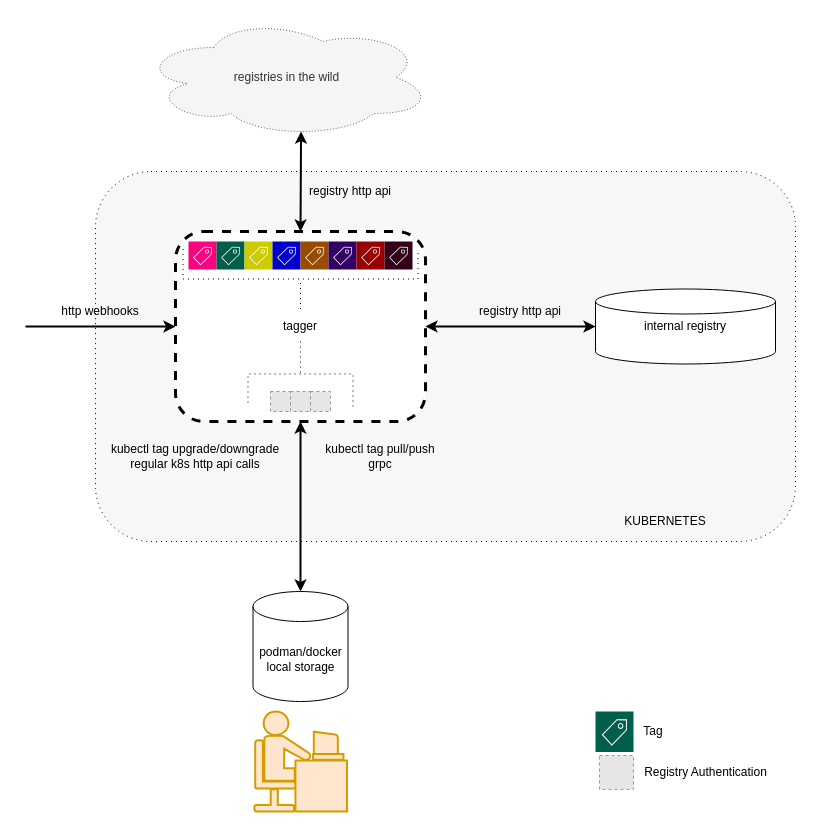
ricardomaraschini/tagger keeps this draw.io diagram as assets/architecture.drawio. Above is the earlier version. Source tidied: cells renumbered, new cells numbered last; positions are measured from the earlier drawing's top-left corner, leaving out a move shared by most shapes. Both pictures are drawn from the tidied source at 100%, with x=0, y=0 at pixel (25, 17). Pictures stored in the file or linked from it are replaced by grey dashed boxes.
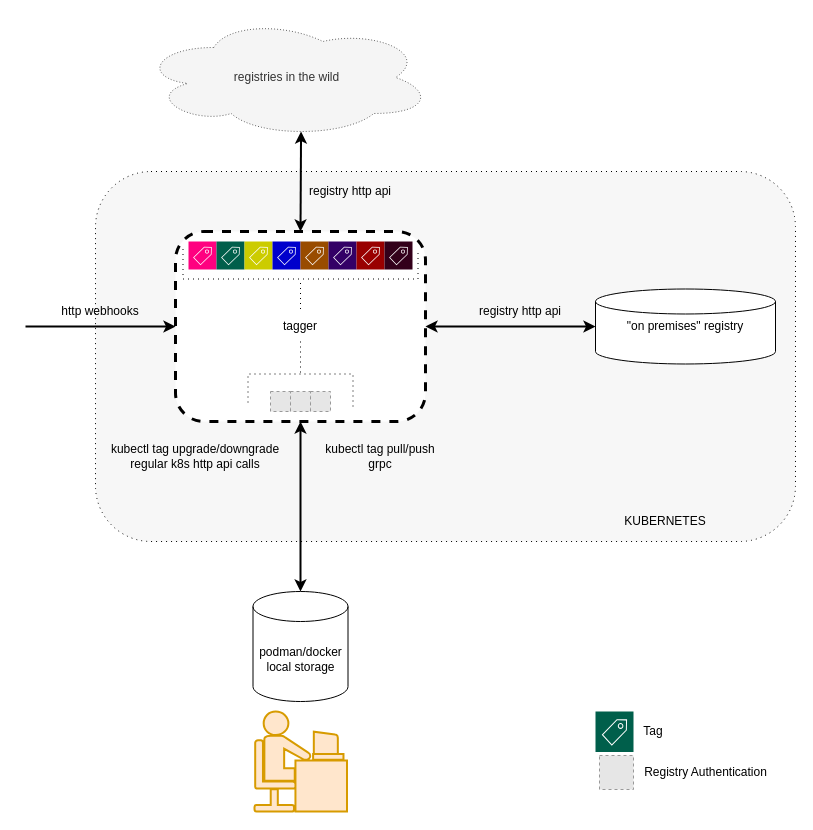
The same diagram, later.

Commit message (it also covers changes not shown here):
Updated Architecture graphs

Change to the diagram source:
```diff
@@
-    <mxCell id="5" value="internal registry" style="strokeWidth=1;html=1;shape=mxgraph.flowchart.database;whiteSpace=wrap;" parent="1" vertex="1">
+    <mxCell id="5" value="&quot;on premises&quot; registry" style="strokeWidth=1;html=1;shape=mxgraph.flowchart.database;whiteSpace=wrap;" parent="1" vertex="1">
       <mxGeometry x="570" y="271.5" width="180" height="75" as="geometry" />
     </mxCell>
```
